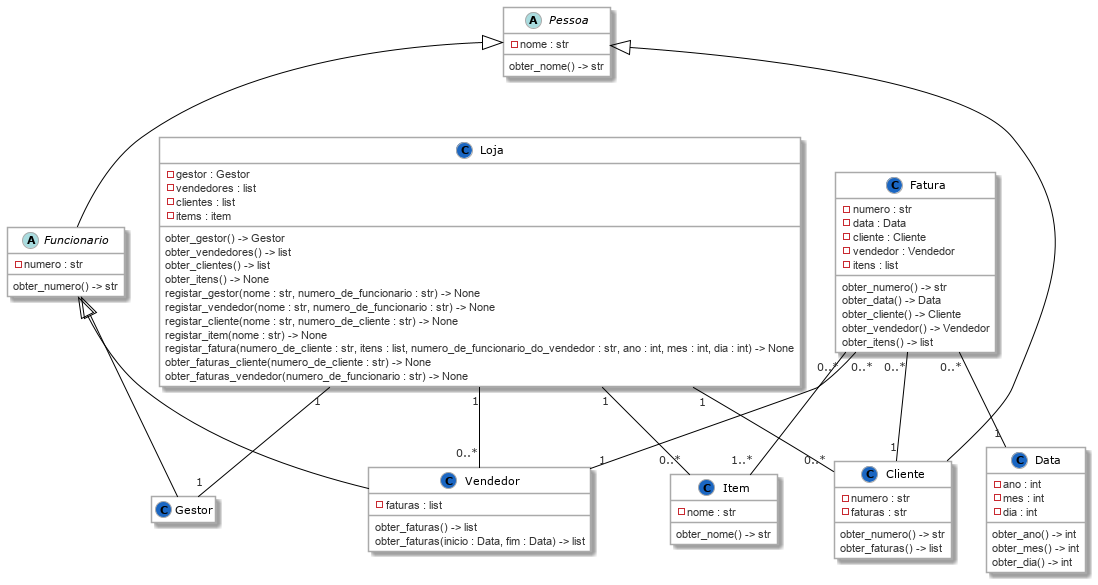
UAL-AED/lab1 keeps this PlantUML diagram as figures/loja.png. Above is the earlier version.
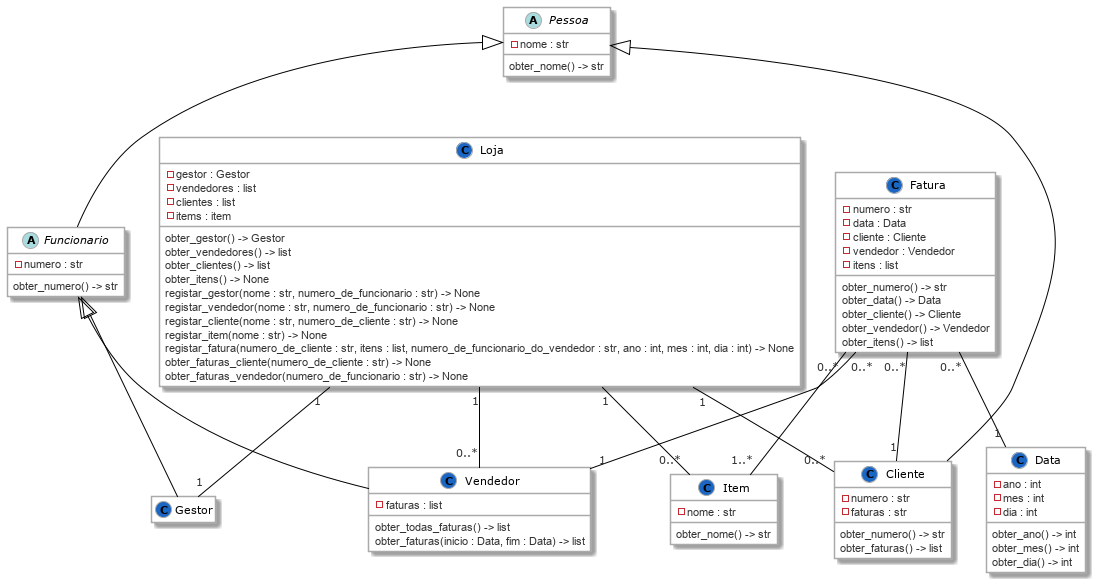
Later version of the same file.

Commit message:
Fix method override.

Change to the diagram source:
```diff
@@ -36,7 +36,7 @@
 
 class Vendedor {
     -faturas : list
-    obter_faturas() -> list
+    obter_todas_faturas() -> list
     obter_faturas(inicio : Data, fim : Data) -> list
 }
 
```
